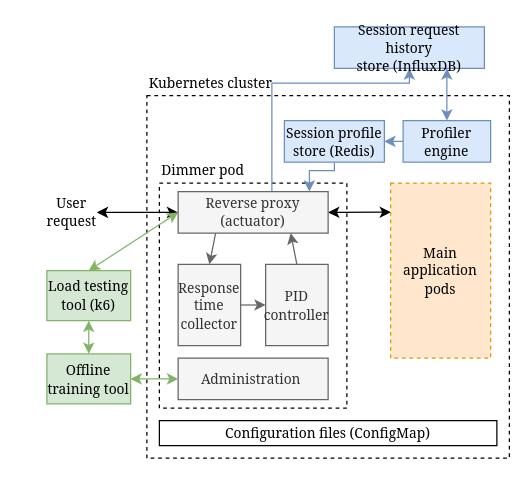
kcz17/diagrams keeps this draw.io diagram as deploymentstructure.drawio. Above is the earlier version. Source tidied: cells renumbered, new cells numbered last; positions are measured from the earlier drawing's top-left corner, leaving out a move shared by most shapes. Both pictures are drawn from the tidied source at 125%, with x=0, y=0 at pixel (46, 26).
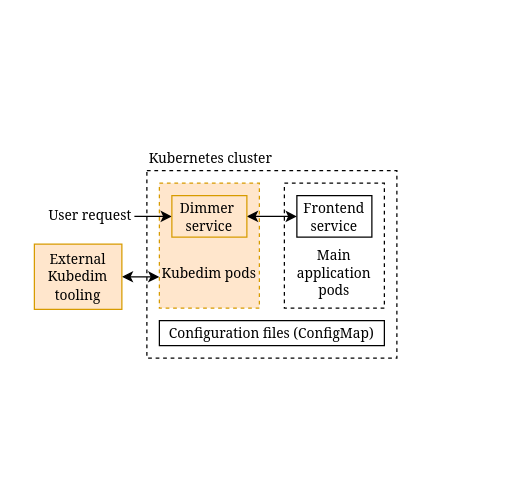
After the change.

What changed in the source:
```diff
@@
     <mxCell id="2" style="rounded=0;whiteSpace=wrap;html=1;dashed=1;" parent="1" vertex="1">
-      <mxGeometry x="80" y="55" width="290" height="290" as="geometry" />
+      <mxGeometry x="80" y="115" width="200" height="150" as="geometry" />
     </mxCell>
-    <mxCell id="3" style="rounded=0;whiteSpace=wrap;html=1;dashed=1;" parent="1" vertex="1">
-      <mxGeometry x="90" y="125" width="150" height="180" as="geometry" />
-    </mxCell>
-    <mxCell id="4" value="&lt;font face=&quot;Georgia&quot; style=&quot;font-size: 11px&quot;&gt;Dimmer pod&lt;/font&gt;" style="text;html=1;strokeColor=none;fillColor=none;align=left;verticalAlign=middle;whiteSpace=wrap;rounded=0;dashed=1;fontSize=11;" parent="1" vertex="1">
-      <mxGeometry x="90" y="105" width="70" height="20" as="geometry" />
-    </mxCell>
-    <mxCell id="5" style="edgeStyle=orthogonalEdgeStyle;rounded=0;jettySize=auto;html=1;exitX=1;exitY=0.5;exitDx=0;exitDy=0;entryX=0;entryY=0.5;entryDx=0;entryDy=0;fontSize=11;startArrow=none;startFill=0;endArrow=classic;endFill=1;fillColor=#f5f5f5;strokeColor=#666666;" parent="1" edge="1" source="7" target="13">
-      <mxGeometry relative="1" as="geometry" />
-    </mxCell>
-    <mxCell id="6" style="rounded=0;jettySize=auto;html=1;exitX=0.5;exitY=0;exitDx=0;exitDy=0;entryX=0.25;entryY=1;entryDx=0;entryDy=0;fontSize=11;startArrow=classic;startFill=1;endArrow=none;endFill=0;fillColor=#f5f5f5;strokeColor=#666666;" parent="1" edge="1" source="7" target="12">
-      <mxGeometry relative="1" as="geometry" />
-    </mxCell>
-    <mxCell id="7" value="&lt;font face=&quot;Georgia&quot; style=&quot;font-size: 11px&quot;&gt;Response time collector&lt;/font&gt;" style="rounded=0;whiteSpace=wrap;html=1;fillColor=#f5f5f5;strokeColor=#666666;fontColor=#333333;fontSize=11;" parent="1" vertex="1">
-      <mxGeometry x="105" y="190" width="50" height="65" as="geometry" />
-    </mxCell>
-    <mxCell id="8" style="edgeStyle=none;rounded=0;jettySize=auto;html=1;exitX=0.75;exitY=1;exitDx=0;exitDy=0;entryX=0.5;entryY=0;entryDx=0;entryDy=0;fontSize=11;startArrow=classic;startFill=1;endArrow=none;endFill=0;fillColor=#f5f5f5;strokeColor=#666666;" parent="1" edge="1" source="12" target="13">
-      <mxGeometry relative="1" as="geometry" />
-    </mxCell>
-    <mxCell id="9" style="rounded=0;jettySize=auto;html=1;exitX=1;exitY=0.5;exitDx=0;exitDy=0;fontSize=11;startArrow=classic;startFill=1;endArrow=classic;endFill=1;entryX=0.003;entryY=0.166;entryDx=0;entryDy=0;entryPerimeter=0;" parent="1" edge="1" source="12" target="16">
-      <mxGeometry relative="1" as="geometry" />
-    </mxCell>
-    <mxCell id="10" style="edgeStyle=orthogonalEdgeStyle;rounded=0;jettySize=auto;html=1;fontSize=11;startArrow=none;startFill=0;endArrow=classic;endFill=1;fillColor=#dae8fc;strokeColor=#6c8ebf;entryX=0.5;entryY=1;entryDx=0;entryDy=0;" parent="1" edge="1" target="21">
-      <mxGeometry relative="1" as="geometry">
-        <mxPoint x="180" y="131.8" as="sourcePoint" />
-        <Array as="points">
-          <mxPoint x="180" y="45" />
-          <mxPoint x="290" y="45" />
-        </Array>
-      </mxGeometry>
-    </mxCell>
-    <mxCell id="11" style="edgeStyle=orthogonalEdgeStyle;rounded=0;jettySize=auto;html=1;exitX=0.75;exitY=0;exitDx=0;exitDy=0;entryX=0.5;entryY=1;entryDx=0;entryDy=0;fontSize=11;startArrow=classic;startFill=1;endArrow=none;endFill=0;fillColor=#dae8fc;strokeColor=#6c8ebf;" parent="1" edge="1" target="17">
-      <mxGeometry relative="1" as="geometry">
-        <mxPoint x="210" y="131.8" as="sourcePoint" />
-        <Array as="points">
-          <mxPoint x="210" y="115" />
-          <mxPoint x="230" y="115" />
-        </Array>
-      </mxGeometry>
-    </mxCell>
-    <mxCell id="12" value="&lt;font face=&quot;Georgia&quot; style=&quot;font-size: 11px&quot;&gt;Reverse proxy (actuator)&lt;/font&gt;" style="rounded=0;whiteSpace=wrap;html=1;fillColor=#f5f5f5;strokeColor=#666666;fontColor=#333333;fontSize=11;" parent="1" vertex="1">
-      <mxGeometry x="105" y="131.8" width="120" height="33.2" as="geometry" />
-    </mxCell>
-    <mxCell id="13" value="&lt;font face=&quot;Georgia&quot; style=&quot;font-size: 11px;&quot;&gt;PID controller&lt;/font&gt;" style="rounded=0;whiteSpace=wrap;html=1;fillColor=#f5f5f5;strokeColor=#666666;fontColor=#333333;fontSize=11;" parent="1" vertex="1">
-      <mxGeometry x="175" y="190" width="50" height="65" as="geometry" />
-    </mxCell>
-    <mxCell id="14" style="edgeStyle=none;rounded=0;jettySize=auto;html=1;fontSize=11;startArrow=classic;startFill=1;endArrow=classic;endFill=1;" parent="1" edge="1" source="15" target="12">
-      <mxGeometry relative="1" as="geometry" />
-    </mxCell>
-    <mxCell id="15" value="&lt;font face=&quot;Georgia&quot;&gt;&lt;span style=&quot;font-size: 11px&quot;&gt;User request&lt;/span&gt;&lt;/font&gt;" style="text;html=1;strokeColor=none;fillColor=none;align=center;verticalAlign=middle;whiteSpace=wrap;rounded=0;dashed=1;" parent="1" vertex="1">
-      <mxGeometry y="138.4" width="40" height="20" as="geometry" />
-    </mxCell>
-    <mxCell id="16" value="&lt;font face=&quot;Georgia&quot;&gt;Main application pods&lt;/font&gt;" style="rounded=0;whiteSpace=wrap;html=1;dashed=1;fontSize=11;fillColor=#ffe6cc;strokeColor=#d79b00;" parent="1" vertex="1">
-      <mxGeometry x="275" y="125" width="80" height="140" as="geometry" />
+    <mxCell id="16" value="&lt;font face=&quot;Georgia&quot;&gt;&lt;br&gt;&lt;br&gt;&lt;br&gt;Main application pods&lt;/font&gt;" style="rounded=0;whiteSpace=wrap;html=1;dashed=1;fontSize=11;" parent="1" vertex="1">
+      <mxGeometry x="190" y="125" width="80" height="100" as="geometry" />
     </mxCell>
-    <mxCell id="17" value="&lt;font face=&quot;Georgia&quot;&gt;Session profile store (Redis)&lt;/font&gt;" style="rounded=0;whiteSpace=wrap;html=1;fillColor=#dae8fc;strokeColor=#6c8ebf;fontSize=11;" parent="1" vertex="1">
-      <mxGeometry x="190" y="75" width="80" height="33.2" as="geometry" />
-    </mxCell>
-    <mxCell id="18" style="edgeStyle=orthogonalEdgeStyle;rounded=0;jettySize=auto;html=1;entryX=0.75;entryY=1;entryDx=0;entryDy=0;fontSize=11;startArrow=classic;startFill=1;endArrow=classic;endFill=1;fillColor=#dae8fc;strokeColor=#6c8ebf;" parent="1" edge="1" source="20" target="21">
-      <mxGeometry relative="1" as="geometry">
-        <Array as="points">
-          <mxPoint x="320" y="45" />
-          <mxPoint x="320" y="45" />
-        </Array>
-      </mxGeometry>
-    </mxCell>
-    <mxCell id="19" style="rounded=0;jettySize=auto;html=1;entryX=1;entryY=0.5;entryDx=0;entryDy=0;fontSize=11;startArrow=none;startFill=0;endArrow=classic;endFill=1;fillColor=#dae8fc;strokeColor=#6c8ebf;" parent="1" edge="1" source="20" target="17">
-      <mxGeometry relative="1" as="geometry" />
-    </mxCell>
-    <mxCell id="20" value="&lt;font face=&quot;Georgia&quot;&gt;Profiler engine&lt;/font&gt;" style="rounded=0;whiteSpace=wrap;html=1;fillColor=#dae8fc;strokeColor=#6c8ebf;fontSize=11;" parent="1" vertex="1">
-      <mxGeometry x="285" y="75" width="70" height="33.2" as="geometry" />
-    </mxCell>
+    <mxCell id="30" style="edgeStyle=orthogonalEdgeStyle;rounded=0;jettySize=auto;html=1;entryX=0;entryY=0.75;entryDx=0;entryDy=0;startArrow=classic;startFill=1;endArrow=classic;endFill=1;" parent="1" edge="1" source="21" target="31">
+      <mxGeometry relative="1" as="geometry" />
+    </mxCell>
-    <mxCell id="21" value="&lt;font face=&quot;Georgia&quot;&gt;Session request history&lt;br&gt;store (InfluxDB)&lt;br&gt;&lt;/font&gt;" style="rounded=0;whiteSpace=wrap;html=1;fillColor=#dae8fc;strokeColor=#6c8ebf;fontSize=11;" parent="1" vertex="1">
-      <mxGeometry x="230" width="120" height="33.2" as="geometry" />
+    <mxCell id="21" value="&lt;font face=&quot;Georgia&quot;&gt;External Kubedim tooling&lt;br&gt;&lt;/font&gt;" style="rounded=0;whiteSpace=wrap;html=1;fillColor=#ffe6cc;strokeColor=#d79b00;fontSize=11;" parent="1" vertex="1">
+      <mxGeometry x="-10" y="173.8" width="70" height="52.2" as="geometry" />
     </mxCell>
-    <mxCell id="22" value="&lt;font face=&quot;Georgia&quot; style=&quot;font-size: 11px&quot;&gt;Administration&amp;nbsp;&lt;/font&gt;" style="rounded=0;whiteSpace=wrap;html=1;fillColor=#f5f5f5;strokeColor=#666666;fontColor=#333333;fontSize=11;" parent="1" vertex="1">
-      <mxGeometry x="105" y="265" width="120" height="33.2" as="geometry" />
-    </mxCell>
-    <mxCell id="23" style="edgeStyle=none;rounded=0;jettySize=auto;html=1;exitX=1;exitY=0.5;exitDx=0;exitDy=0;entryX=0;entryY=0.5;entryDx=0;entryDy=0;fontSize=11;startArrow=classic;startFill=1;endArrow=classic;endFill=1;fillColor=#d5e8d4;strokeColor=#82b366;" parent="1" edge="1" source="25" target="22">
-      <mxGeometry relative="1" as="geometry" />
-    </mxCell>
-    <mxCell id="24" style="edgeStyle=none;rounded=0;jettySize=auto;html=1;entryX=0.5;entryY=1;entryDx=0;entryDy=0;startArrow=classic;startFill=1;fillColor=#d5e8d4;strokeColor=#82b366;" parent="1" edge="1" source="25" target="29">
-      <mxGeometry relative="1" as="geometry" />
-    </mxCell>
-    <mxCell id="25" value="&lt;font face=&quot;Georgia&quot;&gt;Offline training tool&lt;/font&gt;" style="rounded=0;whiteSpace=wrap;html=1;fontSize=11;fillColor=#d5e8d4;strokeColor=#82b366;" parent="1" vertex="1">
-      <mxGeometry y="261.6" width="67" height="40" as="geometry" />
-    </mxCell>
     <mxCell id="26" value="&lt;font face=&quot;Georgia&quot; style=&quot;font-size: 11px&quot;&gt;Kubernetes cluster&lt;/font&gt;" style="text;html=1;strokeColor=none;fillColor=none;align=left;verticalAlign=middle;whiteSpace=wrap;rounded=0;dashed=1;fontSize=11;" parent="1" vertex="1">
-      <mxGeometry x="80" y="35" width="110" height="20" as="geometry" />
+      <mxGeometry x="80" y="95" width="110" height="20" as="geometry" />
     </mxCell>
     <mxCell id="27" value="&lt;font face=&quot;Georgia&quot; style=&quot;font-size: 11px&quot;&gt;Configuration files (ConfigMap)&lt;/font&gt;" style="rounded=0;whiteSpace=wrap;html=1;" parent="1" vertex="1">
-      <mxGeometry x="90" y="315" width="270" height="20" as="geometry" />
+      <mxGeometry x="90" y="235" width="180" height="20" as="geometry" />
     </mxCell>
-    <mxCell id="28" style="rounded=0;jettySize=auto;html=1;exitX=0.5;exitY=0;exitDx=0;exitDy=0;entryX=0;entryY=0.5;entryDx=0;entryDy=0;startArrow=classic;startFill=1;fillColor=#d5e8d4;strokeColor=#82b366;" parent="1" edge="1" source="29" target="12">
-      <mxGeometry relative="1" as="geometry" />
-    </mxCell>
-    <mxCell id="29" value="&lt;font face=&quot;Georgia&quot;&gt;Load testing tool (k6)&lt;/font&gt;" style="rounded=0;whiteSpace=wrap;html=1;fontSize=11;fillColor=#d5e8d4;strokeColor=#82b366;" parent="1" vertex="1">
-      <mxGeometry y="195" width="67" height="40" as="geometry" />
-    </mxCell>
+    <mxCell id="31" value="&lt;font face=&quot;Georgia&quot;&gt;&lt;br&gt;&lt;br&gt;&lt;br&gt;Kubedim pods&lt;/font&gt;" style="rounded=0;whiteSpace=wrap;html=1;dashed=1;fontSize=11;fillColor=#ffe6cc;strokeColor=#d79b00;" parent="1" vertex="1">
+      <mxGeometry x="90" y="125" width="80" height="100" as="geometry" />
+    </mxCell>
+    <mxCell id="32" style="edgeStyle=orthogonalEdgeStyle;rounded=0;jettySize=auto;html=1;startArrow=classic;startFill=1;endArrow=none;endFill=0;" parent="1" edge="1" source="34">
+      <mxGeometry relative="1" as="geometry">
+        <mxPoint x="70" y="151.6" as="targetPoint" />
+      </mxGeometry>
+    </mxCell>
+    <mxCell id="33" style="edgeStyle=orthogonalEdgeStyle;rounded=0;jettySize=auto;html=1;entryX=0;entryY=0.5;entryDx=0;entryDy=0;startArrow=classic;startFill=1;endArrow=classic;endFill=1;" parent="1" edge="1" source="34" target="35">
+      <mxGeometry relative="1" as="geometry" />
+    </mxCell>
+    <mxCell id="34" value="&lt;font face=&quot;Georgia&quot;&gt;Dimmer&amp;nbsp;&lt;br&gt;service&lt;br&gt;&lt;/font&gt;" style="rounded=0;whiteSpace=wrap;html=1;fillColor=#ffe6cc;strokeColor=#d79b00;fontSize=11;" parent="1" vertex="1">
+      <mxGeometry x="100" y="135" width="60" height="33.2" as="geometry" />
+    </mxCell>
+    <mxCell id="35" value="&lt;font face=&quot;Georgia&quot;&gt;Frontend&lt;br&gt;service&lt;br&gt;&lt;/font&gt;" style="rounded=0;whiteSpace=wrap;html=1;fontSize=11;" parent="1" vertex="1">
+      <mxGeometry x="200" y="135" width="60" height="33.2" as="geometry" />
+    </mxCell>
+    <mxCell id="15" value="&lt;font face=&quot;Georgia&quot; style=&quot;font-size: 11px&quot;&gt;User request&lt;/font&gt;" style="text;html=1;strokeColor=none;fillColor=none;align=right;verticalAlign=middle;whiteSpace=wrap;rounded=0;dashed=1;fontSize=11;" parent="1" vertex="1">
+      <mxGeometry x="-20" y="140.6" width="90" height="20" as="geometry" />
+    </mxCell>
```
